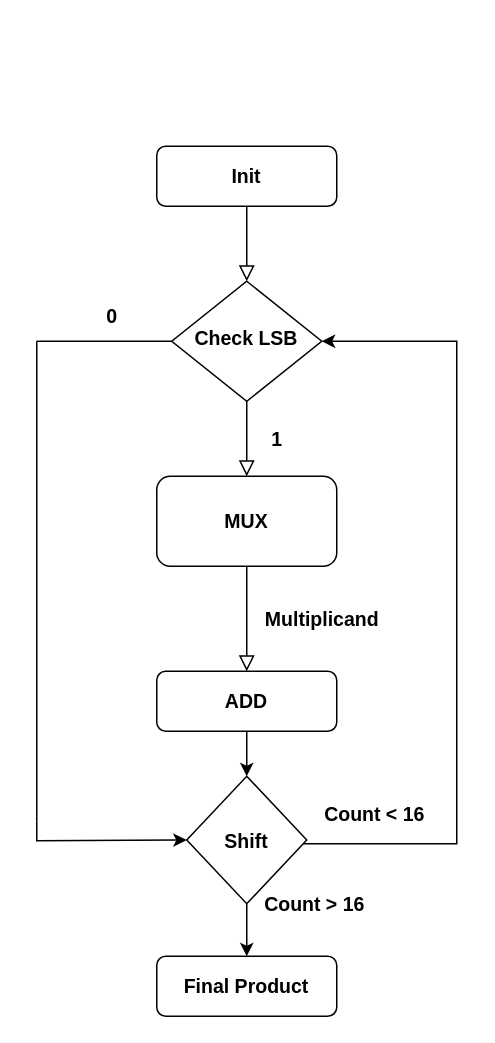
This is SeqMul.drawio from Hamzaweb49/seqmultiplier, a draw.io file, before an edit. Source tidied: cells renumbered, new cells numbered last; positions are measured from the earlier drawing's top-left corner, leaving out a move shared by most shapes. Both pictures are drawn from the tidied source at 150%, with x=0, y=0 at pixel (36, 146).
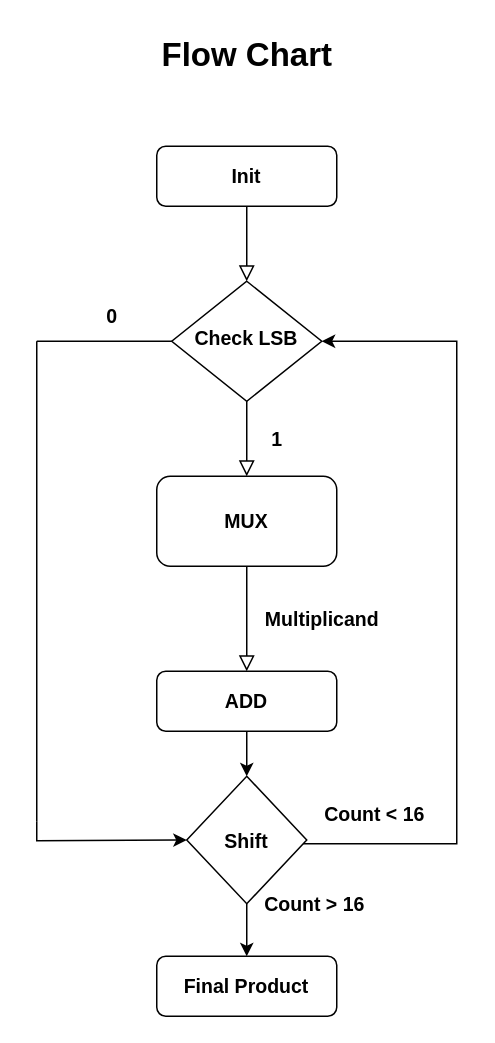
The same page after the edit.

Change to the diagram source:
```diff
@@
+    <mxCell id="20" value="&lt;b&gt;&lt;font style=&quot;font-size: 22px;&quot;&gt;Flow Chart&lt;/font&gt;&lt;/b&gt;" style="text;html=1;align=center;verticalAlign=middle;strokeColor=none;fillColor=none;" parent="1" vertex="1">
+      <mxGeometry x="70" y="-80" width="140" height="40" as="geometry" />
+    </mxCell>
```
